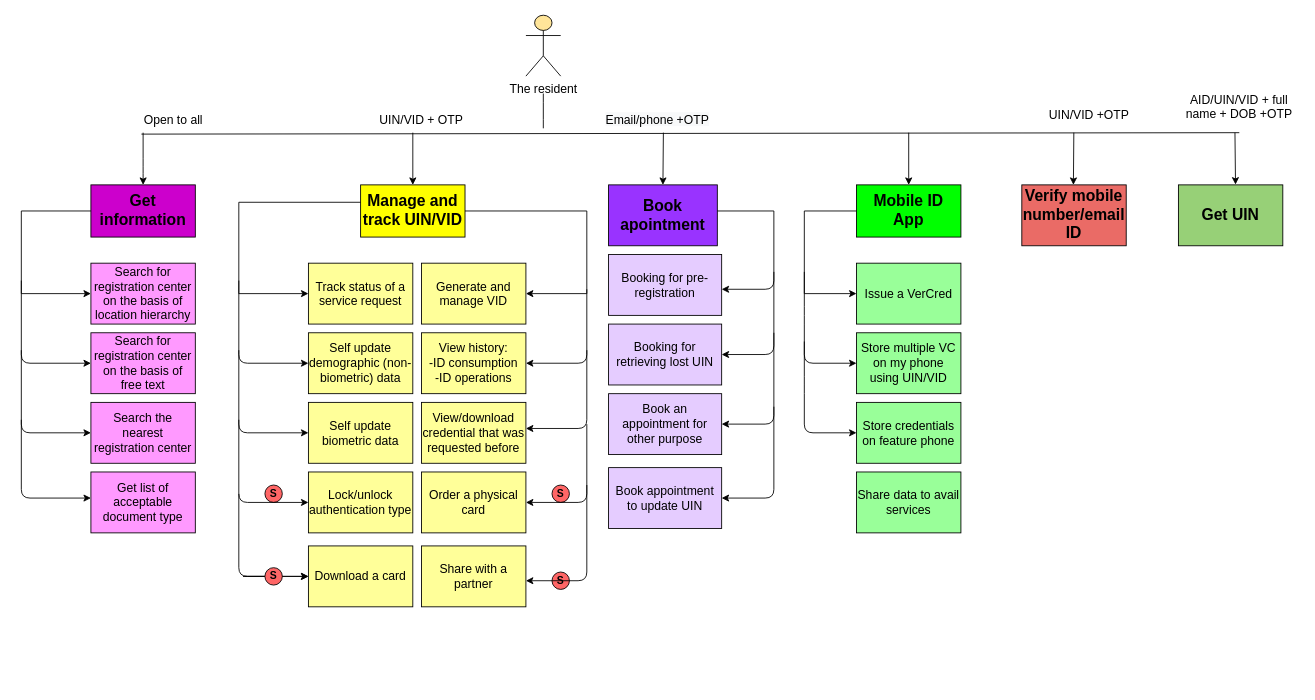
Before: resident-services-flow-chart/entire-feature-list.drawio in singhpragya279/Resident_services, a draw.io diagram. Source tidied: cells renumbered, new cells numbered last; positions are measured from the earlier drawing's top-left corner, leaving out a move shared by most shapes. Both pictures are drawn from the tidied source at 87%, with x=0, y=0 at pixel (21, 15).
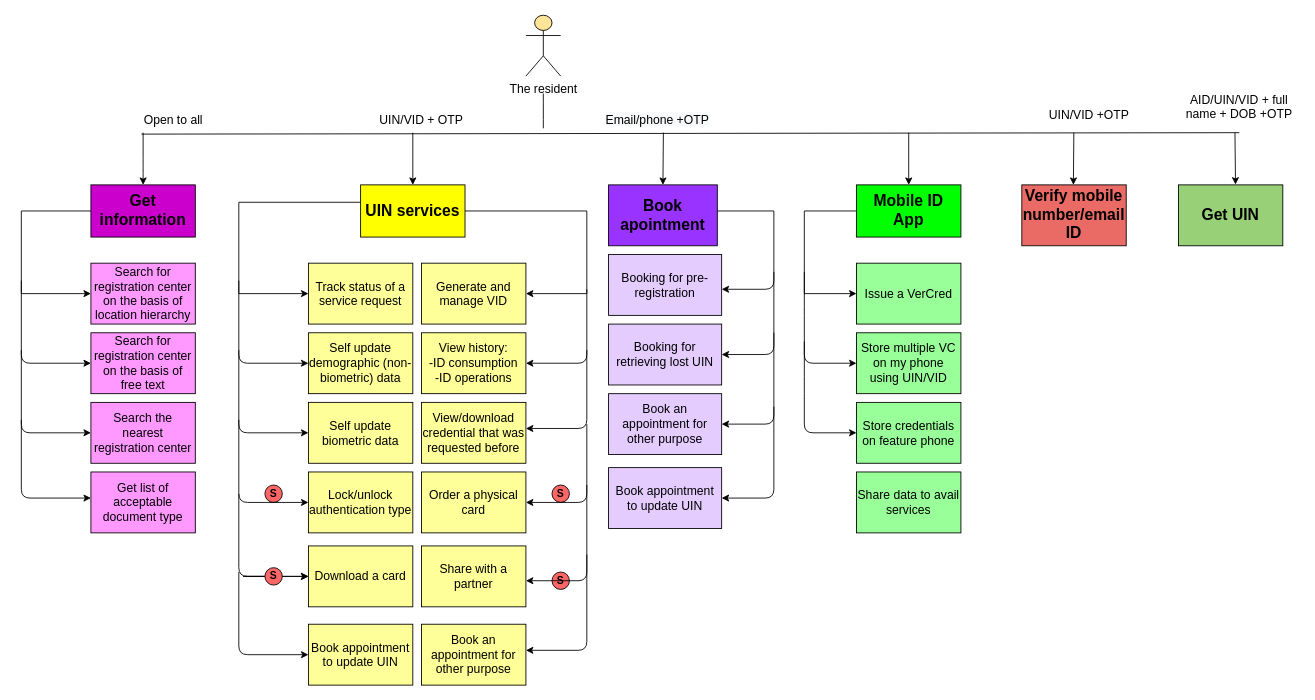
The same page after the edit.

Diff of the diagram source:
```diff
@@
-    <mxCell id="7" value="&lt;span&gt;&lt;font style=&quot;font-size: 18px&quot;&gt;&lt;b&gt;Manage and track UIN/VID&lt;/b&gt;&lt;/font&gt;&lt;/span&gt;" style="rounded=0;whiteSpace=wrap;html=1;fillColor=#FFFF00;" parent="1" vertex="1">
+    <mxCell id="7" value="&lt;span&gt;&lt;font style=&quot;font-size: 18px&quot;&gt;&lt;b&gt;UIN services&lt;/b&gt;&lt;/font&gt;&lt;/span&gt;" style="rounded=0;whiteSpace=wrap;html=1;fillColor=#FFFF00;" parent="1" vertex="1">
       <mxGeometry x="390" y="195" width="120" height="60" as="geometry" />
     </mxCell>
@@
+    <mxCell id="71" value="&lt;span style=&quot;font-size: 14px&quot;&gt;Book an appointment for other purpose&lt;/span&gt;" style="rounded=0;whiteSpace=wrap;html=1;fillColor=#FFFF99;" parent="1" vertex="1">
+      <mxGeometry x="460" y="700" width="120" height="70" as="geometry" />
+    </mxCell>
+    <mxCell id="72" value="&lt;span style=&quot;font-size: 14px&quot;&gt;Book appointment to update UIN&lt;/span&gt;" style="rounded=0;whiteSpace=wrap;html=1;fillColor=#FFFF99;" parent="1" vertex="1">
+      <mxGeometry x="330" y="700" width="120" height="70" as="geometry" />
+    </mxCell>
+    <mxCell id="73" style="endArrow=classic;html=1;entryX=0;entryY=0.5;entryDx=0;entryDy=0;" parent="1" edge="1">
+      <mxGeometry relative="1" as="geometry">
+        <mxPoint x="250" y="640" as="sourcePoint" />
+        <mxPoint x="330" y="735" as="targetPoint" />
+        <Array as="points">
+          <mxPoint x="250" y="735" />
+        </Array>
+      </mxGeometry>
+    </mxCell>
+    <mxCell id="74" style="endArrow=classic;html=1;entryX=1;entryY=0.5;entryDx=0;entryDy=0;" parent="1" edge="1">
+      <mxGeometry relative="1" as="geometry">
+        <mxPoint x="650" y="620" as="sourcePoint" />
+        <mxPoint x="580" y="730" as="targetPoint" />
+        <Array as="points">
+          <mxPoint x="650" y="730" />
+        </Array>
+      </mxGeometry>
+    </mxCell>
```
